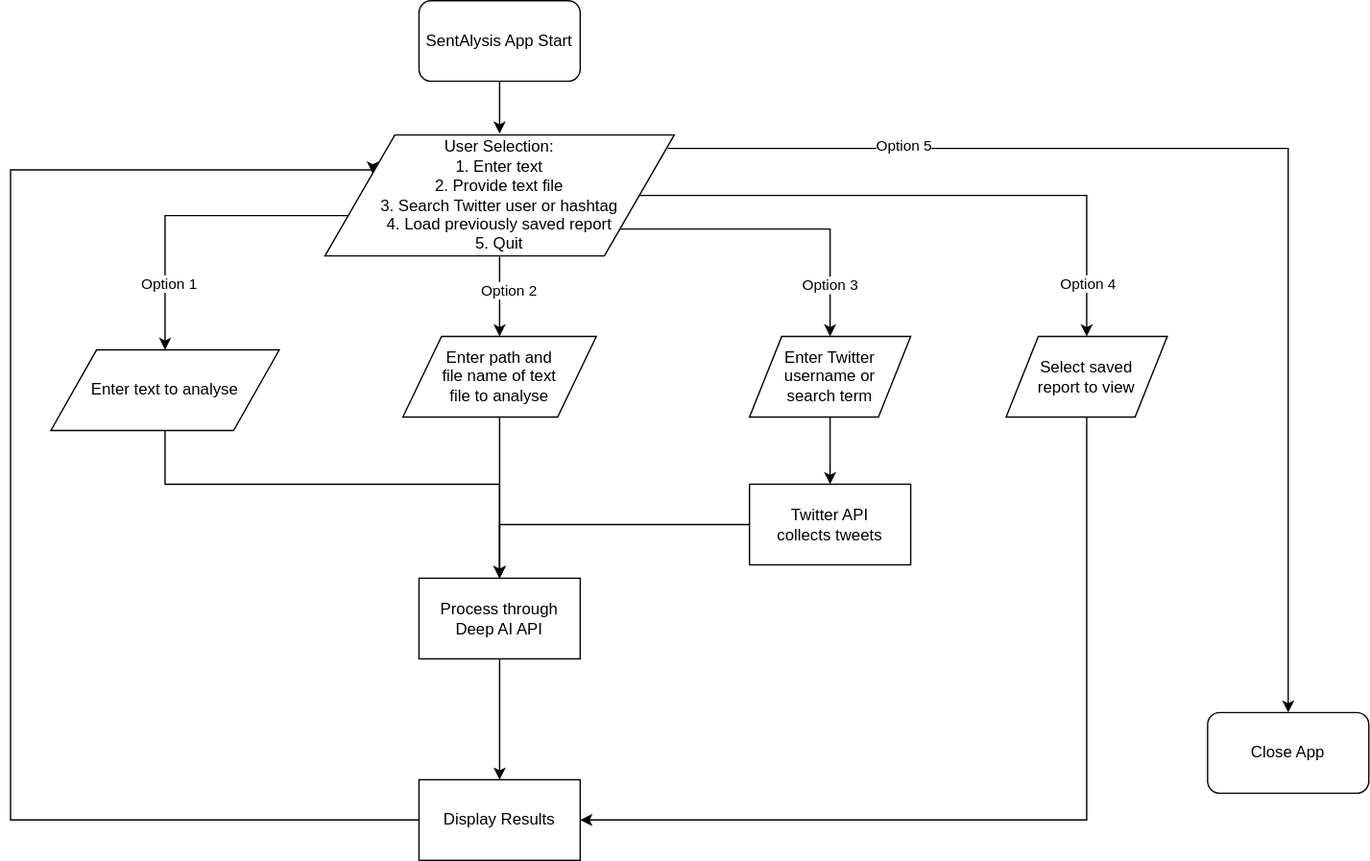
This is docs/flow.drawio.svg from sam-don/sentalysis, a draw.io export, as it was before one commit. Source tidied: cells renumbered, new cells last; positions are measured from the earlier drawing's top-left corner, leaving out a move shared by most shapes.
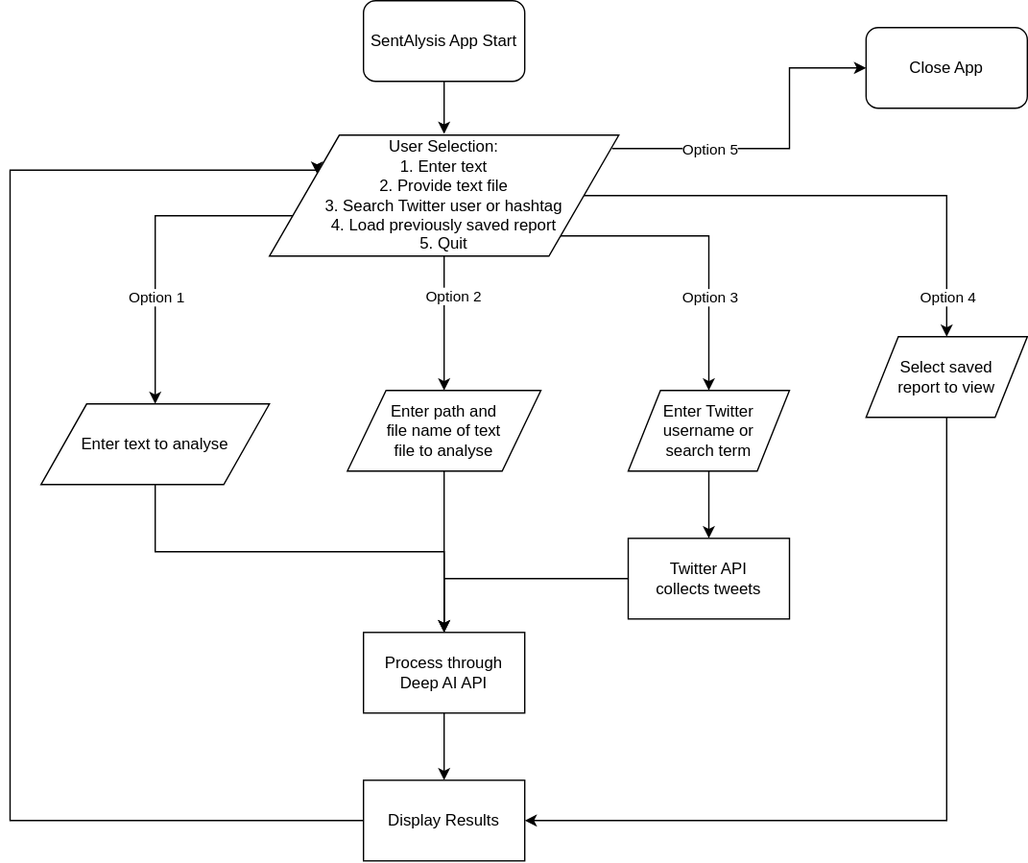
The same file after the commit.

The edit, as a diff of the source:
```diff
@@ -13,35 +13,29 @@
     <mxCell id="4" style="edgeStyle=orthogonalEdgeStyle;rounded=0;jettySize=auto;html=1;entryX=0.5;entryY=0;entryDx=0;entryDy=0;" parent="1" edge="1" source="12" target="14">
       <mxGeometry relative="1" as="geometry">
         <Array as="points">
-          <mxPoint x="115" y="160" />
+          <mxPoint x="149" y="160" />
         </Array>
       </mxGeometry>
     </mxCell>
     <mxCell id="5" value="Option 1" style="edgeLabel;html=1;align=center;verticalAlign=middle;" parent="4" vertex="1">
       <mxGeometry x="-0.17" y="2" relative="1" as="geometry">
-        <mxPoint x="-36" y="48" as="offset" />
+        <mxPoint x="-2.3" y="58" as="offset" />
       </mxGeometry>
     </mxCell>
     <mxCell id="6" value="Option 2" style="edgeStyle=orthogonalEdgeStyle;rounded=0;jettySize=auto;html=1;entryX=0.5;entryY=0;entryDx=0;entryDy=0;" parent="1" edge="1" source="12" target="18">
-      <mxGeometry x="-0.14" y="7" relative="1" as="geometry" />
+      <mxGeometry x="-0.4" y="7" relative="1" as="geometry" />
     </mxCell>
-    <mxCell id="7" value="Option 3" style="edgeStyle=orthogonalEdgeStyle;rounded=0;jettySize=auto;html=1;entryX=0.5;entryY=0;entryDx=0;entryDy=0;" parent="1" edge="1" source="12" target="20">
-      <mxGeometry x="0.67" relative="1" as="geometry">
-        <Array as="points">
-          <mxPoint x="610" y="170" />
-        </Array>
-      </mxGeometry>
-    </mxCell>
-    <mxCell id="8" style="edgeStyle=orthogonalEdgeStyle;rounded=0;jettySize=auto;html=1;exitX=0.981;exitY=0.111;exitDx=0;exitDy=0;exitPerimeter=0;" parent="1" edge="1" source="12" target="25">
+    <mxCell id="8" style="edgeStyle=orthogonalEdgeStyle;rounded=0;jettySize=auto;html=1;exitX=0.981;exitY=0.111;exitDx=0;exitDy=0;exitPerimeter=0;entryX=0;entryY=0.5;entryDx=0;entryDy=0;" parent="1" edge="1" source="12" target="25">
       <mxGeometry relative="1" as="geometry">
         <Array as="points">
-          <mxPoint x="951" y="110" />
+          <mxPoint x="621" y="110" />
+          <mxPoint x="621" y="50" />
         </Array>
       </mxGeometry>
     </mxCell>
     <mxCell id="9" value="Option 5" style="edgeLabel;html=1;align=center;verticalAlign=middle;" parent="8" vertex="1">
       <mxGeometry x="-0.59" y="2" relative="1" as="geometry">
-        <mxPoint x="-6.4" y="-0.2" as="offset" />
+        <mxPoint x="20.5" y="2" as="offset" />
       </mxGeometry>
     </mxCell>
     <mxCell id="10" style="edgeStyle=orthogonalEdgeStyle;rounded=0;jettySize=auto;html=1;exitX=1;exitY=0.5;exitDx=0;exitDy=0;entryX=0.5;entryY=0;entryDx=0;entryDy=0;" parent="1" edge="1" source="12" target="27">
@@ -49,54 +43,61 @@
     </mxCell>
     <mxCell id="11" value="Option 4" style="edgeLabel;html=1;align=center;verticalAlign=middle;" parent="10" vertex="1">
       <mxGeometry x="0.52" y="-37" relative="1" as="geometry">
-        <mxPoint x="37" y="65" as="offset" />
+        <mxPoint x="37" y="59.3" as="offset" />
       </mxGeometry>
     </mxCell>
+    <mxCell id="28" style="edgeStyle=orthogonalEdgeStyle;rounded=0;jettySize=auto;html=1;exitX=1;exitY=1;exitDx=0;exitDy=0;" parent="1" edge="1" source="12" target="20">
+      <mxGeometry relative="1" as="geometry" />
+    </mxCell>
+    <mxCell id="7" value="Option 3" style="edgeLabel;html=1;align=center;verticalAlign=middle;" parent="28" vertex="1">
+      <mxGeometry x="-0.03" y="-35" relative="1" as="geometry">
+        <mxPoint x="1.8" y="10" as="offset" />
+      </mxGeometry>
+    </mxCell>
     <mxCell id="12" value="User Selection:&lt;br&gt;1. Enter text&lt;br&gt;2. Provide text file&lt;br&gt;3. Search Twitter user or hashtag&lt;br&gt;4. Load previously saved report&lt;br&gt;5. Quit" style="shape=parallelogram;perimeter=parallelogramPerimeter;whiteSpace=wrap;html=1;" parent="1" vertex="1">
       <mxGeometry x="234" y="100" width="260" height="90" as="geometry" />
     </mxCell>
-    <mxCell id="13" style="edgeStyle=orthogonalEdgeStyle;rounded=0;jettySize=auto;html=1;entryX=0.5;entryY=0;entryDx=0;entryDy=0;" parent="1" edge="1" target="16">
-      <mxGeometry relative="1" as="geometry">
-        <mxPoint x="115" y="291" as="sourcePoint" />
-        <Array as="points">
-          <mxPoint x="115" y="291" />
-          <mxPoint x="115" y="360" />
-          <mxPoint x="364" y="360" />
-        </Array>
-      </mxGeometry>
-    </mxCell>
+    <mxCell id="29" style="edgeStyle=orthogonalEdgeStyle;rounded=0;jettySize=auto;html=1;entryX=0.5;entryY=0;entryDx=0;entryDy=0;" parent="1" edge="1" source="14" target="16">
+      <mxGeometry relative="1" as="geometry">
+        <Array as="points">
+          <mxPoint x="149" y="410" />
+          <mxPoint x="364" y="410" />
+        </Array>
+      </mxGeometry>
+    </mxCell>
     <mxCell id="14" value="Enter text to analyse" style="shape=parallelogram;perimeter=parallelogramPerimeter;whiteSpace=wrap;html=1;" parent="1" vertex="1">
-      <mxGeometry x="30" y="260" width="170" height="60" as="geometry" />
+      <mxGeometry x="64" y="300" width="170" height="60" as="geometry" />
     </mxCell>
     <mxCell id="15" style="edgeStyle=orthogonalEdgeStyle;rounded=0;jettySize=auto;html=1;entryX=0.5;entryY=0;entryDx=0;entryDy=0;" parent="1" edge="1" source="16" target="24">
       <mxGeometry relative="1" as="geometry" />
     </mxCell>
     <mxCell id="16" value="Process through Deep AI API" style="rounded=0;whiteSpace=wrap;html=1;" parent="1" vertex="1">
-      <mxGeometry x="304" y="430" width="120" height="60" as="geometry" />
+      <mxGeometry x="304" y="470" width="120" height="60" as="geometry" />
     </mxCell>
     <mxCell id="17" style="edgeStyle=orthogonalEdgeStyle;rounded=0;jettySize=auto;html=1;entryX=0.5;entryY=0;entryDx=0;entryDy=0;" parent="1" edge="1" source="18" target="16">
       <mxGeometry relative="1" as="geometry" />
     </mxCell>
     <mxCell id="18" value="Enter path and&lt;br&gt;file name of text &lt;br&gt;file to analyse" style="shape=parallelogram;perimeter=parallelogramPerimeter;whiteSpace=wrap;html=1;" parent="1" vertex="1">
-      <mxGeometry x="292" y="250" width="144" height="60" as="geometry" />
+      <mxGeometry x="292" y="290" width="144" height="60" as="geometry" />
     </mxCell>
     <mxCell id="19" style="edgeStyle=orthogonalEdgeStyle;rounded=0;jettySize=auto;html=1;entryX=0.5;entryY=0;entryDx=0;entryDy=0;" parent="1" edge="1" source="20" target="22">
       <mxGeometry relative="1" as="geometry" />
     </mxCell>
     <mxCell id="20" value="Enter Twitter username or&lt;br&gt;search term" style="shape=parallelogram;perimeter=parallelogramPerimeter;whiteSpace=wrap;html=1;" parent="1" vertex="1">
-      <mxGeometry x="550" y="250" width="120" height="60" as="geometry" />
+      <mxGeometry x="501" y="290" width="120" height="60" as="geometry" />
     </mxCell>
     <mxCell id="21" style="edgeStyle=orthogonalEdgeStyle;rounded=0;jettySize=auto;html=1;entryX=0.5;entryY=0;entryDx=0;entryDy=0;" parent="1" edge="1" source="22" target="16">
       <mxGeometry relative="1" as="geometry" />
     </mxCell>
     <mxCell id="22" value="Twitter API &lt;br&gt;collects tweets" style="rounded=0;whiteSpace=wrap;html=1;" parent="1" vertex="1">
-      <mxGeometry x="550" y="360" width="120" height="60" as="geometry" />
+      <mxGeometry x="501" y="400" width="120" height="60" as="geometry" />
     </mxCell>
     <mxCell id="23" style="edgeStyle=orthogonalEdgeStyle;rounded=0;jettySize=auto;html=1;entryX=0;entryY=0.25;entryDx=0;entryDy=0;exitX=0;exitY=0.5;exitDx=0;exitDy=0;" parent="1" edge="1" source="24" target="12">
       <mxGeometry relative="1" as="geometry">
         <Array as="points">
-          <mxPoint y="610" />
-          <mxPoint y="126" />
+          <mxPoint x="41" y="610" />
+          <mxPoint x="41" y="126" />
+          <mxPoint x="269" y="126" />
         </Array>
       </mxGeometry>
     </mxCell>
@@ -104,17 +105,17 @@
       <mxGeometry x="304" y="580" width="120" height="60" as="geometry" />
     </mxCell>
     <mxCell id="25" value="Close App" style="rounded=1;whiteSpace=wrap;html=1;" parent="1" vertex="1">
-      <mxGeometry x="891" y="530" width="120" height="60" as="geometry" />
+      <mxGeometry x="678" y="20" width="120" height="60" as="geometry" />
     </mxCell>
     <mxCell id="26" style="edgeStyle=orthogonalEdgeStyle;rounded=0;jettySize=auto;html=1;entryX=1;entryY=0.5;entryDx=0;entryDy=0;" parent="1" edge="1" source="27" target="24">
       <mxGeometry relative="1" as="geometry">
         <Array as="points">
-          <mxPoint x="801" y="610" />
+          <mxPoint x="738" y="610" />
         </Array>
       </mxGeometry>
     </mxCell>
     <mxCell id="27" value="Select saved&lt;br&gt;report to view" style="shape=parallelogram;perimeter=parallelogramPerimeter;whiteSpace=wrap;html=1;" parent="1" vertex="1">
-      <mxGeometry x="741" y="250" width="120" height="60" as="geometry" />
+      <mxGeometry x="678" y="250" width="120" height="60" as="geometry" />
     </mxCell>
   </root>
 </mxGraphModel>
```
